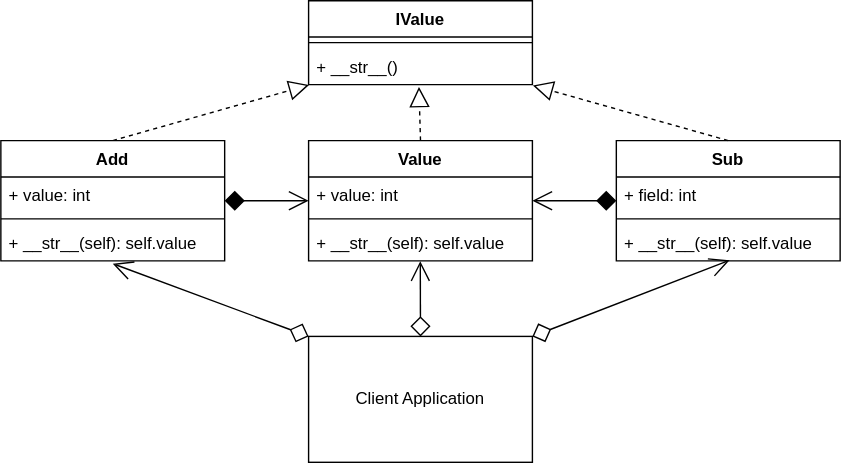
Earlier version of the draw.io export img/decorator_example.svg (Sean-Bradley/Design-Patterns-In-Python). Source tidied: cells renumbered, new cells last; positions are measured from the earlier drawing's top-left corner, leaving out a move shared by most shapes.
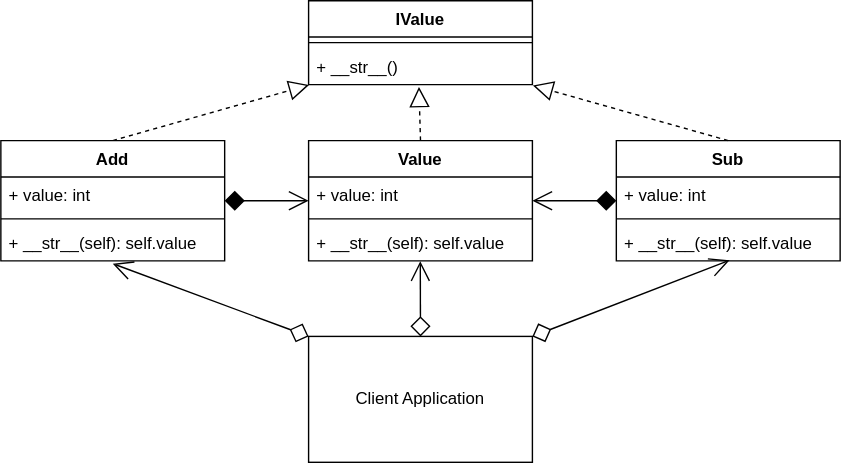
After the commit.

Change to the diagram source:
```diff
@@ -56,7 +56,7 @@
     <mxCell id="19" value="Sub" style="swimlane;fontStyle=1;align=center;verticalAlign=top;horizontal=1;startSize=26;" parent="1" vertex="1">
       <mxGeometry x="440" y="100" width="160" height="86" as="geometry" />
     </mxCell>
-    <mxCell id="20" value="+ field: int" style="text;strokeColor=none;fillColor=none;align=left;verticalAlign=top;spacingLeft=4;spacingRight=4;overflow=hidden;" parent="19" vertex="1">
+    <mxCell id="20" value="+ value: int" style="text;strokeColor=none;fillColor=none;align=left;verticalAlign=top;spacingLeft=4;spacingRight=4;overflow=hidden;" parent="19" vertex="1">
       <mxGeometry y="26" width="160" height="26" as="geometry" />
     </mxCell>
     <mxCell id="21" style="line;strokeWidth=1;fillColor=none;align=left;verticalAlign=middle;spacingTop=-1;spacingLeft=3;spacingRight=3;labelPosition=right;" parent="19" vertex="1">
```
